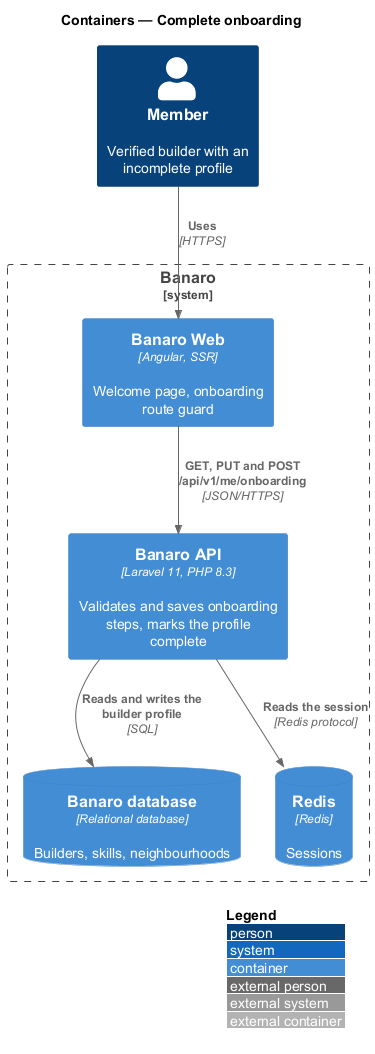
Above: docs/detailed-designs/profiles/complete-onboarding/diagrams/c4-container.png in QuinntyneBrown/banaro (PlantUML), before the change.
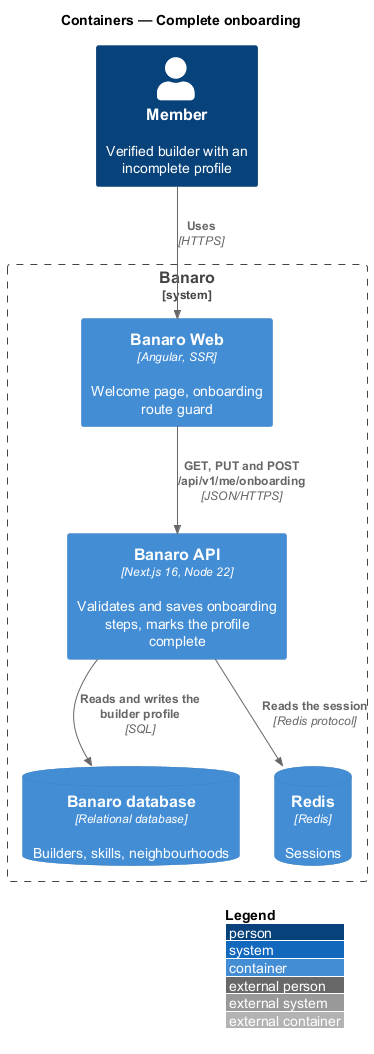
Above is the later version.

What changed in the source:
```diff
@@ -7,7 +7,7 @@
 
 System_Boundary(banaro, "Banaro") {
   Container(web, "Banaro Web", "Angular, SSR", "Welcome page, onboarding route guard")
-  Container(api, "Banaro API", "Laravel 11, PHP 8.3", "Validates and saves onboarding steps, marks the profile complete")
+  Container(api, "Banaro API", "Next.js 16, Node 22", "Validates and saves onboarding steps, marks the profile complete")
   ContainerDb(db, "Banaro database", "Relational database", "Builders, skills, neighbourhoods")
   ContainerDb(redis, "Redis", "Redis", "Sessions")
 }
```
